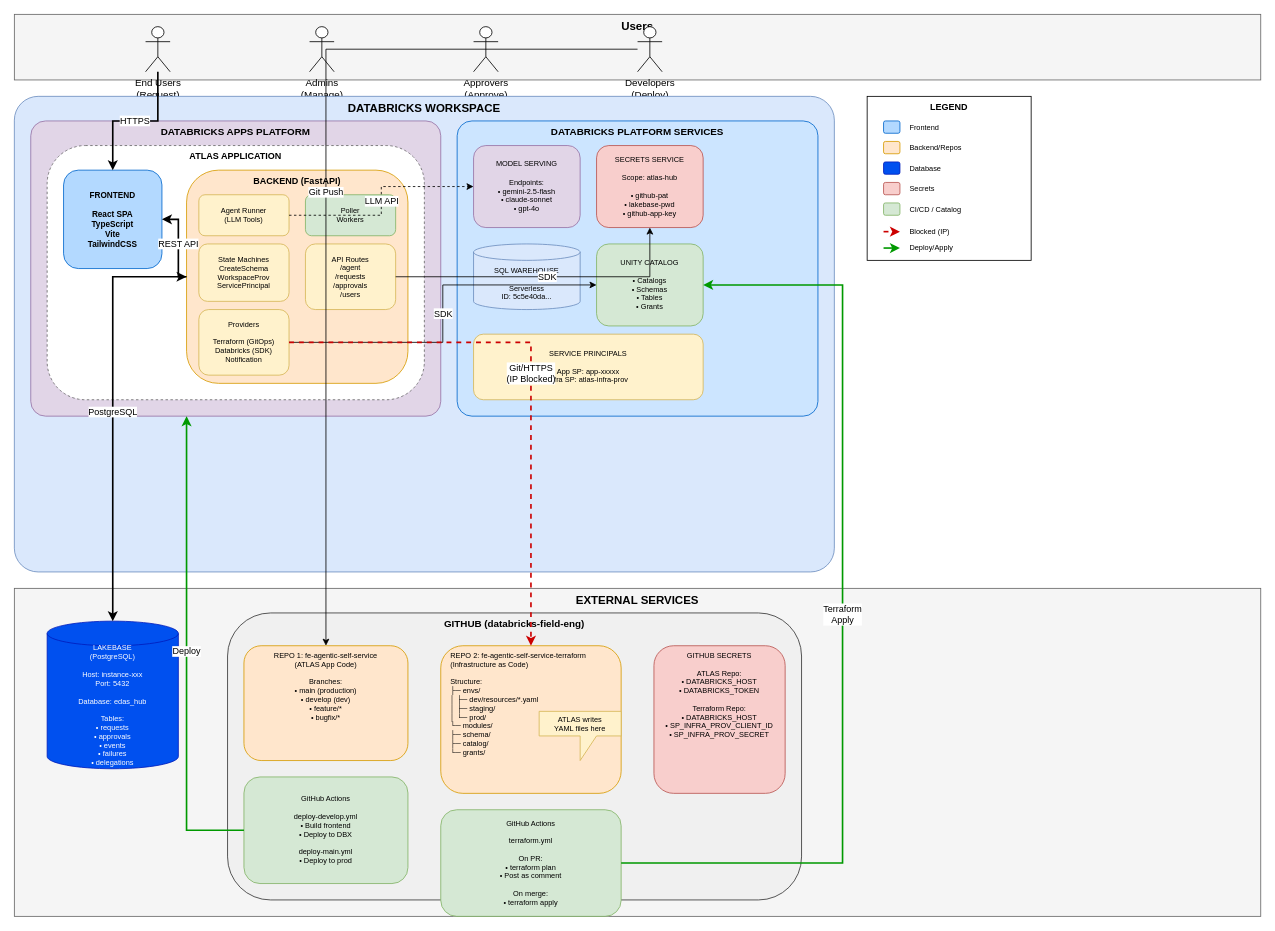
Before: docs/ATLAS_ARCHITECTURE.drawio in TaylorAHanson/ssc, a draw.io diagram. Source tidied: cells renumbered, new cells numbered last; positions are measured from the earlier drawing's top-left corner, leaving out a move shared by most shapes. Both pictures are drawn from the tidied source at 82%, with x=0, y=0 at pixel (14, 14).
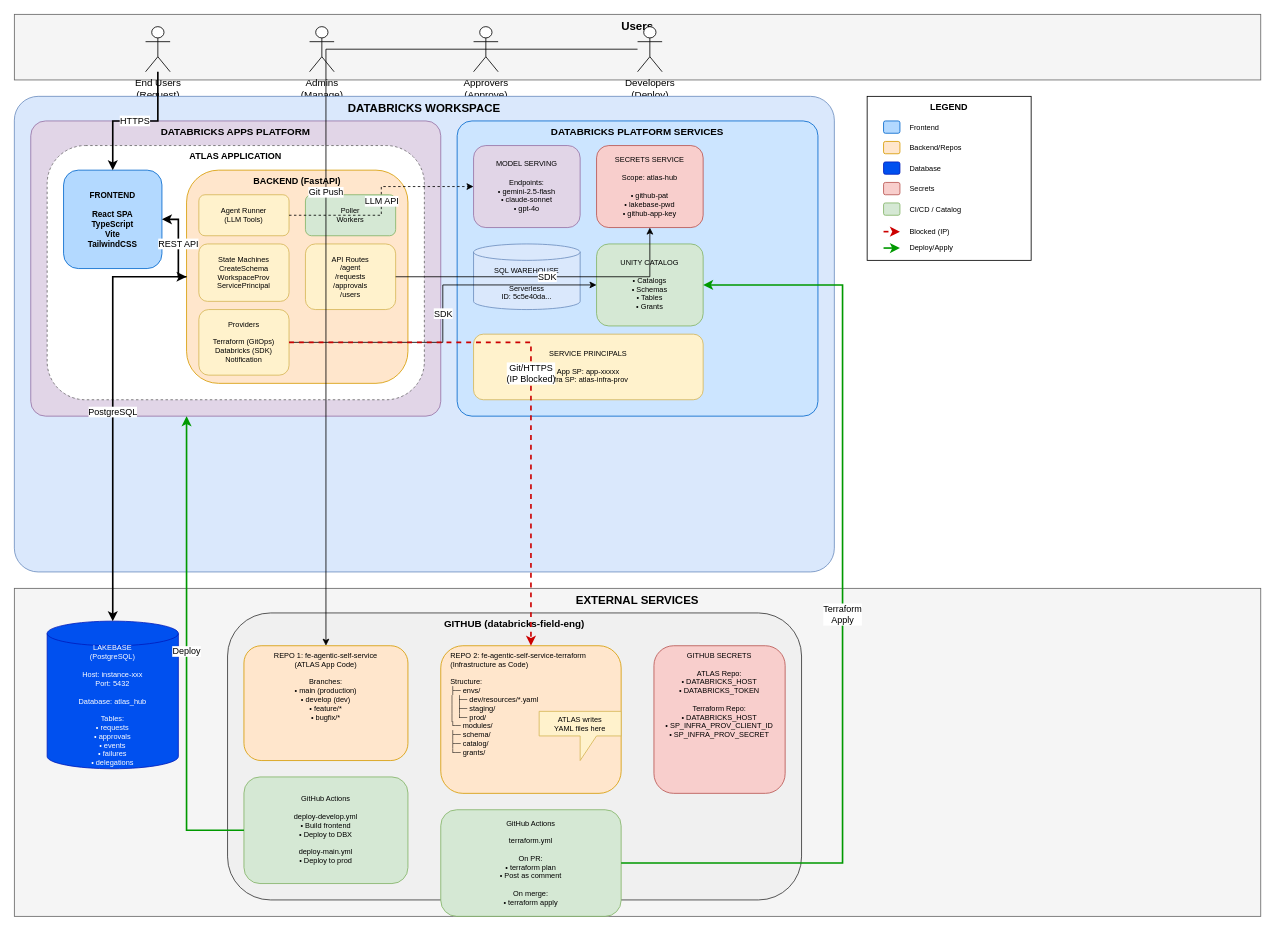
After the change.

Diff of the diagram source:
```diff
@@
-    <mxCell id="24" value="LAKEBASE&#10;(PostgreSQL)&#10;&#10;Host: instance-xxx&#10;Port: 5432&#10;&#10;Database: edas_hub&#10;&#10;Tables:&#10;• requests&#10;• approvals&#10;• events&#10;• failures&#10;• delegations" style="shape=cylinder3;whiteSpace=wrap;html=1;boundedLbl=1;backgroundOutline=1;size=15;fillColor=#0050ef;strokeColor=#001DBC;fontColor=#ffffff;fontSize=9;" parent="1" vertex="1">
+    <mxCell id="24" value="LAKEBASE&#10;(PostgreSQL)&#10;&#10;Host: instance-xxx&#10;Port: 5432&#10;&#10;Database: atlas_hub&#10;&#10;Tables:&#10;• requests&#10;• approvals&#10;• events&#10;• failures&#10;• delegations" style="shape=cylinder3;whiteSpace=wrap;html=1;boundedLbl=1;backgroundOutline=1;size=15;fillColor=#0050ef;strokeColor=#001DBC;fontColor=#ffffff;fontSize=9;" parent="1" vertex="1">
       <mxGeometry x="40" y="740" width="160" height="180" as="geometry" />
     </mxCell>
```
